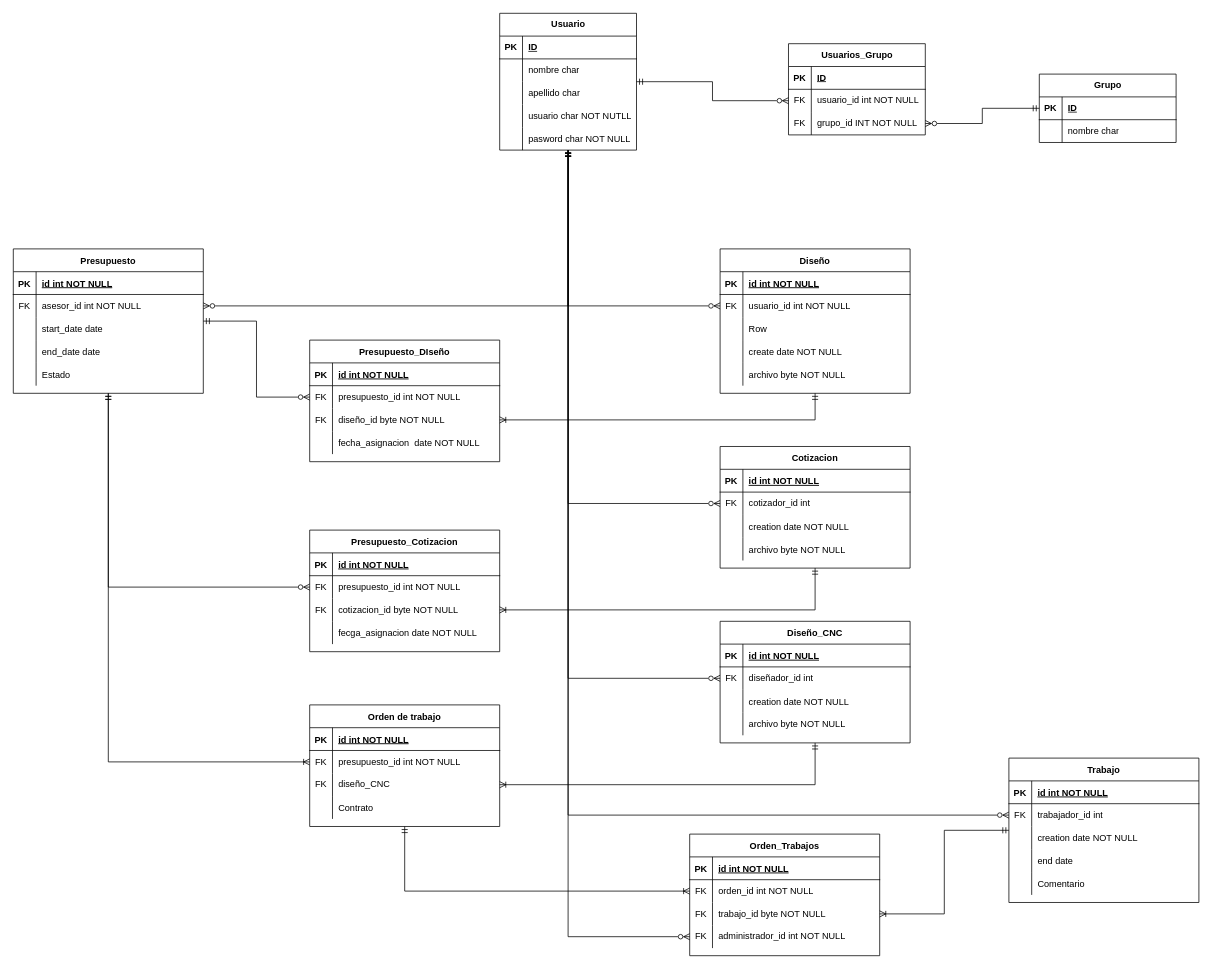
This is Fabrica Diagramas/Entidad Relacion.drawio from SAAC7/Manage_control, a draw.io file, before an edit. Source tidied: cells renumbered, new cells numbered last; positions are measured from the earlier drawing's top-left corner, leaving out a move shared by most shapes. Both pictures are drawn from the tidied source at 76%, with x=0, y=0 at pixel (13, 13).
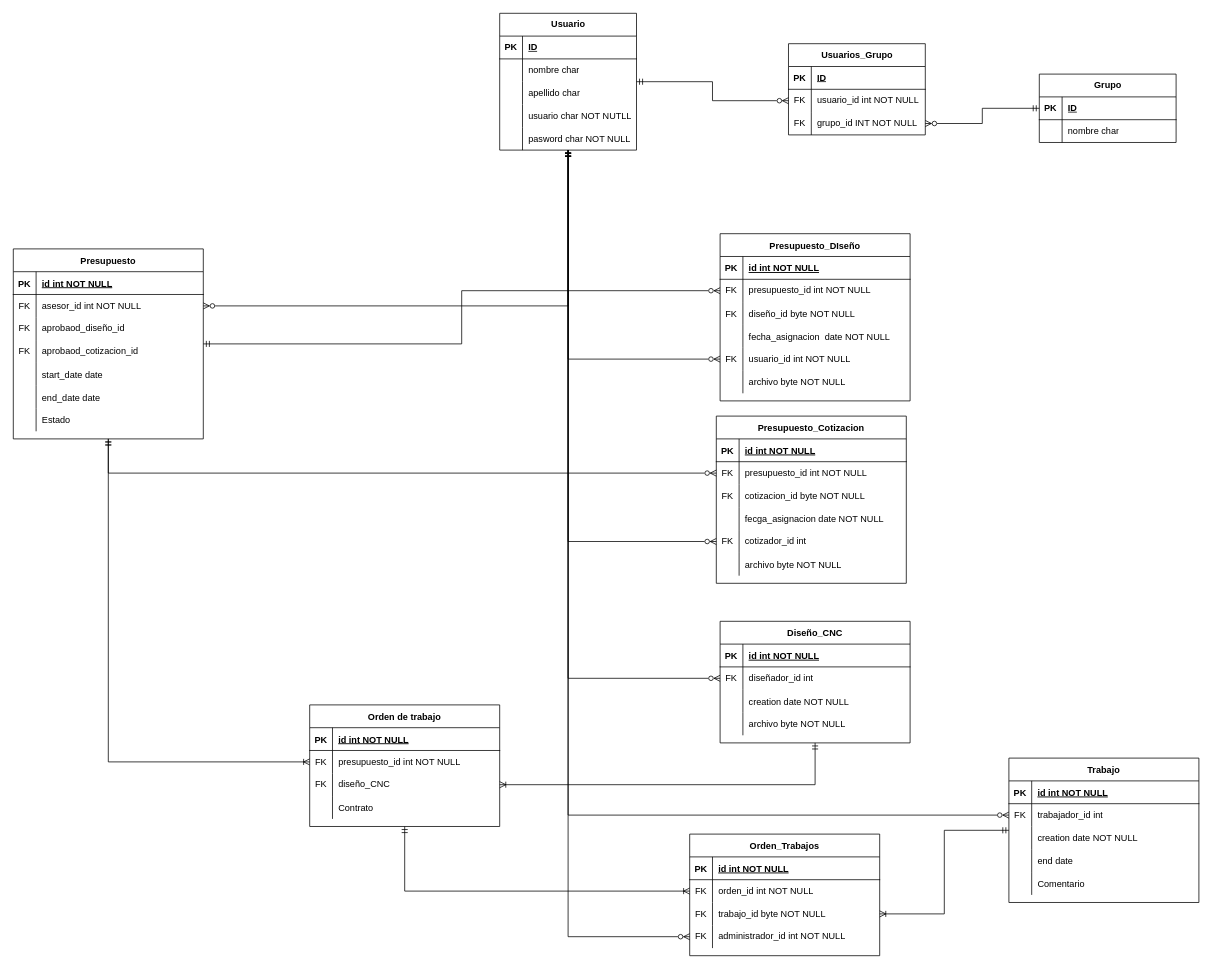
After the change.

The change refers to these unchanged cells:
```xml
<mxCell id="98" style="shape=tableRow;horizontal=0;startSize=0;swimlaneHead=0;swimlaneBody=0;fillColor=none;points=[[0,0.5],[1,0.5]];portConstraint=eastwest;top=0;left=0;right=0;bottom=0;" parent="91" vertex="1">
  <mxGeometry y="90" width="250" height="30" as="geometry" />
</mxCell>
<mxCell id="113" style="shape=tableRow;horizontal=0;startSize=0;swimlaneHead=0;swimlaneBody=0;fillColor=none;points=[[0,0.5],[1,0.5]];portConstraint=eastwest;top=0;left=0;right=0;bottom=0;" parent="106" vertex="1">
  <mxGeometry y="90" width="250" height="30" as="geometry" />
</mxCell>
```

Diff of the diagram source:
```diff
@@
     <mxCell id="5" value="Presupuesto" style="shape=table;startSize=30;childLayout=tableLayout;rowLines=0;fontStyle=1;align=center;" parent="1" vertex="1">
-      <mxGeometry y="310" width="250" height="190" as="geometry" />
+      <mxGeometry y="310" width="250" height="250" as="geometry" />
     </mxCell>
@@
+    <mxCell id="177" style="shape=tableRow;horizontal=0;startSize=0;swimlaneHead=0;swimlaneBody=0;fillColor=none;top=0;left=0;right=0;bottom=0;" parent="5" vertex="1">
+      <mxGeometry y="90" width="250" height="30" as="geometry" />
+    </mxCell>
+    <mxCell id="178" value="FK" style="shape=partialRectangle;fillColor=none;top=0;left=0;bottom=0;right=0;fontStyle=0;overflow=hidden;whiteSpace=wrap;html=1;" parent="177" vertex="1">
+      <mxGeometry width="30" height="30" as="geometry" />
+    </mxCell>
+    <mxCell id="179" value="aprobaod_diseño_id" style="shape=partialRectangle;fillColor=none;top=0;left=0;bottom=0;right=0;align=left;spacingLeft=6;fontStyle=0;overflow=hidden;whiteSpace=wrap;html=1;" parent="177" vertex="1">
+      <mxGeometry x="30" width="220" height="30" as="geometry" />
+    </mxCell>
+    <mxCell id="32" style="shape=tableRow;horizontal=0;startSize=0;swimlaneHead=0;swimlaneBody=0;fillColor=none;top=0;left=0;right=0;bottom=0;" parent="5" vertex="1">
+      <mxGeometry y="120" width="250" height="30" as="geometry" />
+    </mxCell>
+    <mxCell id="180" value="FK" style="shape=partialRectangle;fillColor=none;top=0;left=0;bottom=0;right=0;fontStyle=0;overflow=hidden;whiteSpace=wrap;html=1;" parent="32" vertex="1">
+      <mxGeometry width="30" height="30" as="geometry" />
+    </mxCell>
+    <mxCell id="181" value="aprobaod_cotizacion_id" style="shape=partialRectangle;fillColor=none;top=0;left=0;bottom=0;right=0;align=left;spacingLeft=6;fontStyle=0;overflow=hidden;whiteSpace=wrap;html=1;" parent="32" vertex="1">
+      <mxGeometry x="30" width="220" height="30" as="geometry" />
+    </mxCell>
     <mxCell id="12" style="shape=tableRow;horizontal=0;startSize=0;swimlaneHead=0;swimlaneBody=0;fillColor=none;top=0;left=0;right=0;bottom=0;" parent="5" vertex="1">
-      <mxGeometry y="90" width="250" height="30" as="geometry" />
+      <mxGeometry y="150" width="250" height="30" as="geometry" />
     </mxCell>
@@
     <mxCell id="15" style="shape=tableRow;horizontal=0;startSize=0;swimlaneHead=0;swimlaneBody=0;fillColor=none;top=0;left=0;right=0;bottom=0;" parent="5" vertex="1">
-      <mxGeometry y="120" width="250" height="30" as="geometry" />
+      <mxGeometry y="180" width="250" height="30" as="geometry" />
     </mxCell>
@@
     <mxCell id="18" style="shape=tableRow;horizontal=0;startSize=0;swimlaneHead=0;swimlaneBody=0;fillColor=none;top=0;left=0;right=0;bottom=0;" parent="5" vertex="1">
-      <mxGeometry y="150" width="250" height="30" as="geometry" />
+      <mxGeometry y="210" width="250" height="30" as="geometry" />
     </mxCell>
@@
-    <mxCell id="21" style="edgeStyle=orthogonalEdgeStyle;rounded=0;jettySize=auto;html=1;endArrow=ERoneToMany;endFill=0;startArrow=ERmandOne;startFill=0;" parent="1" edge="1" source="22" target="98">
-      <mxGeometry relative="1" as="geometry" />
-    </mxCell>
-    <mxCell id="22" value="Diseño" style="shape=table;startSize=30;childLayout=tableLayout;rowLines=0;fontStyle=1;align=center;" parent="1" vertex="1">
-      <mxGeometry x="930" y="310" width="250" height="190" as="geometry" />
-    </mxCell>
-    <mxCell id="23" style="shape=partialRectangle;fillColor=none;top=0;left=0;right=0;bottom=1;" parent="22" vertex="1">
-      <mxGeometry y="30" width="250" height="30" as="geometry" />
-    </mxCell>
-    <mxCell id="24" value="PK" style="shape=partialRectangle;overflow=hidden;fillColor=none;top=0;left=0;bottom=0;right=0;fontStyle=1;" parent="23" vertex="1">
-      <mxGeometry width="30" height="30" as="geometry" />
-    </mxCell>
-    <mxCell id="25" value="id int NOT NULL " style="shape=partialRectangle;overflow=hidden;fillColor=none;top=0;left=0;bottom=0;right=0;align=left;spacingLeft=6;fontStyle=5;" parent="23" vertex="1">
-      <mxGeometry x="30" width="220" height="30" as="geometry" />
-    </mxCell>
-    <mxCell id="26" style="shape=tableRow;horizontal=0;startSize=0;swimlaneHead=0;swimlaneBody=0;fillColor=none;points=[[0,0.5],[1,0.5]];portConstraint=eastwest;top=0;left=0;right=0;bottom=0;" parent="22" vertex="1">
-      <mxGeometry y="60" width="250" height="30" as="geometry" />
-    </mxCell>
-    <mxCell id="27" value="FK" style="shape=partialRectangle;fillColor=none;top=0;left=0;bottom=0;right=0;fontStyle=0;overflow=hidden;whiteSpace=wrap;html=1;" parent="26" vertex="1">
-      <mxGeometry width="30" height="30" as="geometry" />
-    </mxCell>
-    <mxCell id="28" value="usuario_id int NOT NULL" style="shape=partialRectangle;fillColor=none;top=0;left=0;bottom=0;right=0;align=left;spacingLeft=6;fontStyle=0;overflow=hidden;whiteSpace=wrap;html=1;" parent="26" vertex="1">
-      <mxGeometry x="30" width="220" height="30" as="geometry" />
-    </mxCell>
-    <mxCell id="29" style="shape=tableRow;horizontal=0;startSize=0;swimlaneHead=0;swimlaneBody=0;fillColor=none;top=0;left=0;right=0;bottom=0;" parent="22" vertex="1">
-      <mxGeometry y="90" width="250" height="30" as="geometry" />
-    </mxCell>
-    <mxCell id="30" style="shape=partialRectangle;fillColor=none;top=0;left=0;bottom=0;right=0;overflow=hidden;" parent="29" vertex="1">
-      <mxGeometry width="30" height="30" as="geometry" />
-    </mxCell>
-    <mxCell id="31" value="Row" style="shape=partialRectangle;fillColor=none;top=0;left=0;bottom=0;right=0;align=left;spacingLeft=6;overflow=hidden;" parent="29" vertex="1">
-      <mxGeometry x="30" width="220" height="30" as="geometry" />
-    </mxCell>
-    <mxCell id="32" style="shape=tableRow;horizontal=0;startSize=0;swimlaneHead=0;swimlaneBody=0;fillColor=none;top=0;left=0;right=0;bottom=0;" parent="22" vertex="1">
-      <mxGeometry y="120" width="250" height="30" as="geometry" />
-    </mxCell>
-    <mxCell id="33" style="shape=partialRectangle;fillColor=none;top=0;left=0;bottom=0;right=0;overflow=hidden;" parent="32" vertex="1">
-      <mxGeometry width="30" height="30" as="geometry" />
-    </mxCell>
-    <mxCell id="34" value="create date NOT NULL" style="shape=partialRectangle;fillColor=none;top=0;left=0;bottom=0;right=0;align=left;spacingLeft=6;overflow=hidden;" parent="32" vertex="1">
-      <mxGeometry x="30" width="220" height="30" as="geometry" />
-    </mxCell>
-    <mxCell id="35" style="shape=tableRow;horizontal=0;startSize=0;swimlaneHead=0;swimlaneBody=0;fillColor=none;top=0;left=0;right=0;bottom=0;" parent="22" vertex="1">
-      <mxGeometry y="150" width="250" height="30" as="geometry" />
-    </mxCell>
-    <mxCell id="36" style="shape=partialRectangle;fillColor=none;top=0;left=0;bottom=0;right=0;overflow=hidden;" parent="35" vertex="1">
-      <mxGeometry width="30" height="30" as="geometry" />
-    </mxCell>
-    <mxCell id="37" value="archivo byte NOT NULL" style="shape=partialRectangle;fillColor=none;top=0;left=0;bottom=0;right=0;align=left;spacingLeft=6;overflow=hidden;" parent="35" vertex="1">
-      <mxGeometry x="30" width="220" height="30" as="geometry" />
-    </mxCell>
-    <mxCell id="38" style="edgeStyle=orthogonalEdgeStyle;rounded=0;jettySize=auto;html=1;endArrow=ERoneToMany;endFill=0;startArrow=ERmandOne;startFill=0;" parent="1" edge="1" source="39" target="113">
-      <mxGeometry relative="1" as="geometry" />
-    </mxCell>
-    <mxCell id="39" value="Cotizacion" style="shape=table;startSize=30;childLayout=tableLayout;rowLines=0;fontStyle=1;align=center;" parent="1" vertex="1">
-      <mxGeometry x="930" y="570" width="250" height="160" as="geometry" />
-    </mxCell>
-    <mxCell id="40" style="shape=partialRectangle;fillColor=none;top=0;left=0;right=0;bottom=1;" parent="39" vertex="1">
-      <mxGeometry y="30" width="250" height="30" as="geometry" />
-    </mxCell>
-    <mxCell id="41" value="PK" style="shape=partialRectangle;overflow=hidden;fillColor=none;top=0;left=0;bottom=0;right=0;fontStyle=1;" parent="40" vertex="1">
-      <mxGeometry width="30" height="30" as="geometry" />
-    </mxCell>
-    <mxCell id="42" value="id int NOT NULL " style="shape=partialRectangle;overflow=hidden;fillColor=none;top=0;left=0;bottom=0;right=0;align=left;spacingLeft=6;fontStyle=5;" parent="40" vertex="1">
-      <mxGeometry x="30" width="220" height="30" as="geometry" />
-    </mxCell>
-    <mxCell id="43" style="shape=tableRow;horizontal=0;startSize=0;swimlaneHead=0;swimlaneBody=0;fillColor=none;points=[[0,0.5],[1,0.5]];portConstraint=eastwest;top=0;left=0;right=0;bottom=0;" parent="39" vertex="1">
-      <mxGeometry y="60" width="250" height="30" as="geometry" />
-    </mxCell>
-    <mxCell id="44" value="FK" style="shape=partialRectangle;fillColor=none;top=0;left=0;bottom=0;right=0;fontStyle=0;overflow=hidden;whiteSpace=wrap;html=1;" parent="43" vertex="1">
-      <mxGeometry width="30" height="30" as="geometry" />
-    </mxCell>
-    <mxCell id="45" value="cotizador_id int" style="shape=partialRectangle;fillColor=none;top=0;left=0;bottom=0;right=0;align=left;spacingLeft=6;fontStyle=0;overflow=hidden;whiteSpace=wrap;html=1;" parent="43" vertex="1">
-      <mxGeometry x="30" width="220" height="30" as="geometry" />
-    </mxCell>
-    <mxCell id="46" style="shape=tableRow;horizontal=0;startSize=0;swimlaneHead=0;swimlaneBody=0;fillColor=none;top=0;left=0;right=0;bottom=0;" parent="39" vertex="1">
-      <mxGeometry y="90" width="250" height="30" as="geometry" />
-    </mxCell>
-    <mxCell id="47" style="shape=partialRectangle;fillColor=none;top=0;left=0;bottom=0;right=0;overflow=hidden;" parent="46" vertex="1">
-      <mxGeometry width="30" height="30" as="geometry" />
-    </mxCell>
-    <mxCell id="48" value="creation date NOT NULL" style="shape=partialRectangle;fillColor=none;top=0;left=0;bottom=0;right=0;align=left;spacingLeft=6;overflow=hidden;" parent="46" vertex="1">
-      <mxGeometry x="30" width="220" height="30" as="geometry" />
-    </mxCell>
-    <mxCell id="49" style="shape=tableRow;horizontal=0;startSize=0;swimlaneHead=0;swimlaneBody=0;fillColor=none;top=0;left=0;right=0;bottom=0;" parent="39" vertex="1">
-      <mxGeometry y="120" width="250" height="30" as="geometry" />
-    </mxCell>
-    <mxCell id="50" style="shape=partialRectangle;fillColor=none;top=0;left=0;bottom=0;right=0;overflow=hidden;" parent="49" vertex="1">
-      <mxGeometry width="30" height="30" as="geometry" />
-    </mxCell>
-    <mxCell id="51" value="archivo byte NOT NULL" style="shape=partialRectangle;fillColor=none;top=0;left=0;bottom=0;right=0;align=left;spacingLeft=6;overflow=hidden;" parent="49" vertex="1">
-      <mxGeometry x="30" width="220" height="30" as="geometry" />
-    </mxCell>
@@
     <mxCell id="91" value="Presupuesto_DIseño" style="shape=table;startSize=30;childLayout=tableLayout;rowLines=0;fontStyle=1;align=center;" parent="1" vertex="1">
-      <mxGeometry x="390" y="430" width="250" height="160" as="geometry" />
+      <mxGeometry x="930" y="290" width="250" height="220" as="geometry" />
     </mxCell>
@@
+    <mxCell id="26" style="shape=tableRow;horizontal=0;startSize=0;swimlaneHead=0;swimlaneBody=0;fillColor=none;points=[[0,0.5],[1,0.5]];portConstraint=eastwest;top=0;left=0;right=0;bottom=0;" parent="91" vertex="1">
+      <mxGeometry y="150" width="250" height="30" as="geometry" />
+    </mxCell>
+    <mxCell id="27" value="FK" style="shape=partialRectangle;fillColor=none;top=0;left=0;bottom=0;right=0;fontStyle=0;overflow=hidden;whiteSpace=wrap;html=1;" parent="26" vertex="1">
+      <mxGeometry width="30" height="30" as="geometry" />
+    </mxCell>
+    <mxCell id="28" value="usuario_id int NOT NULL" style="shape=partialRectangle;fillColor=none;top=0;left=0;bottom=0;right=0;align=left;spacingLeft=6;fontStyle=0;overflow=hidden;whiteSpace=wrap;html=1;" parent="26" vertex="1">
+      <mxGeometry x="30" width="220" height="30" as="geometry" />
+    </mxCell>
+    <mxCell id="35" style="shape=tableRow;horizontal=0;startSize=0;swimlaneHead=0;swimlaneBody=0;fillColor=none;top=0;left=0;right=0;bottom=0;" parent="91" vertex="1">
+      <mxGeometry y="180" width="250" height="30" as="geometry" />
+    </mxCell>
+    <mxCell id="36" style="shape=partialRectangle;fillColor=none;top=0;left=0;bottom=0;right=0;overflow=hidden;" parent="35" vertex="1">
+      <mxGeometry width="30" height="30" as="geometry" />
+    </mxCell>
+    <mxCell id="37" value="archivo byte NOT NULL" style="shape=partialRectangle;fillColor=none;top=0;left=0;bottom=0;right=0;align=left;spacingLeft=6;overflow=hidden;" parent="35" vertex="1">
+      <mxGeometry x="30" width="220" height="30" as="geometry" />
+    </mxCell>
@@
     <mxCell id="106" value="Presupuesto_Cotizacion" style="shape=table;startSize=30;childLayout=tableLayout;rowLines=0;fontStyle=1;align=center;" parent="1" vertex="1">
-      <mxGeometry x="390" y="680" width="250" height="160" as="geometry" />
+      <mxGeometry x="925" y="530" width="250" height="220" as="geometry" />
     </mxCell>
@@
+    <mxCell id="43" style="shape=tableRow;horizontal=0;startSize=0;swimlaneHead=0;swimlaneBody=0;fillColor=none;points=[[0,0.5],[1,0.5]];portConstraint=eastwest;top=0;left=0;right=0;bottom=0;" parent="106" vertex="1">
+      <mxGeometry y="150" width="250" height="30" as="geometry" />
+    </mxCell>
+    <mxCell id="44" value="FK" style="shape=partialRectangle;fillColor=none;top=0;left=0;bottom=0;right=0;fontStyle=0;overflow=hidden;whiteSpace=wrap;html=1;" parent="43" vertex="1">
+      <mxGeometry width="30" height="30" as="geometry" />
+    </mxCell>
+    <mxCell id="45" value="cotizador_id int" style="shape=partialRectangle;fillColor=none;top=0;left=0;bottom=0;right=0;align=left;spacingLeft=6;fontStyle=0;overflow=hidden;whiteSpace=wrap;html=1;" parent="43" vertex="1">
+      <mxGeometry x="30" width="220" height="30" as="geometry" />
+    </mxCell>
+    <mxCell id="49" style="shape=tableRow;horizontal=0;startSize=0;swimlaneHead=0;swimlaneBody=0;fillColor=none;top=0;left=0;right=0;bottom=0;" parent="106" vertex="1">
+      <mxGeometry y="180" width="250" height="30" as="geometry" />
+    </mxCell>
+    <mxCell id="50" style="shape=partialRectangle;fillColor=none;top=0;left=0;bottom=0;right=0;overflow=hidden;" parent="49" vertex="1">
+      <mxGeometry width="30" height="30" as="geometry" />
+    </mxCell>
+    <mxCell id="51" value="archivo byte NOT NULL" style="shape=partialRectangle;fillColor=none;top=0;left=0;bottom=0;right=0;align=left;spacingLeft=6;overflow=hidden;" parent="49" vertex="1">
+      <mxGeometry x="30" width="220" height="30" as="geometry" />
+    </mxCell>
```
